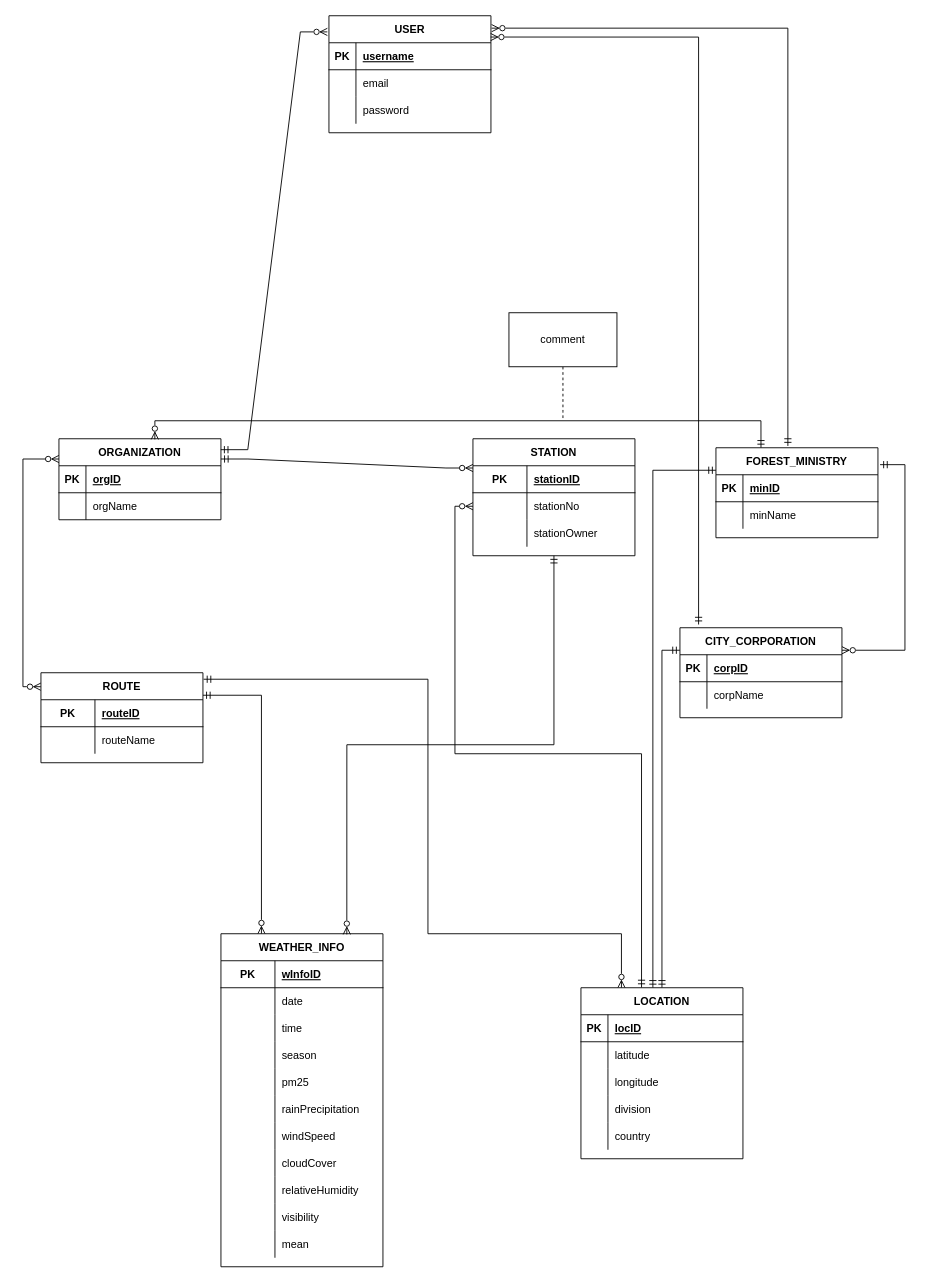
Before: z-design/EERD.drawio in zorojuro75/CSE303-sec-03-Group-03, a draw.io diagram. Source tidied: cells renumbered, new cells numbered last; positions are measured from the earlier drawing's top-left corner, leaving out a move shared by most shapes. Both pictures are drawn from the tidied source at 90%, with x=0, y=0 at pixel (40, 15).
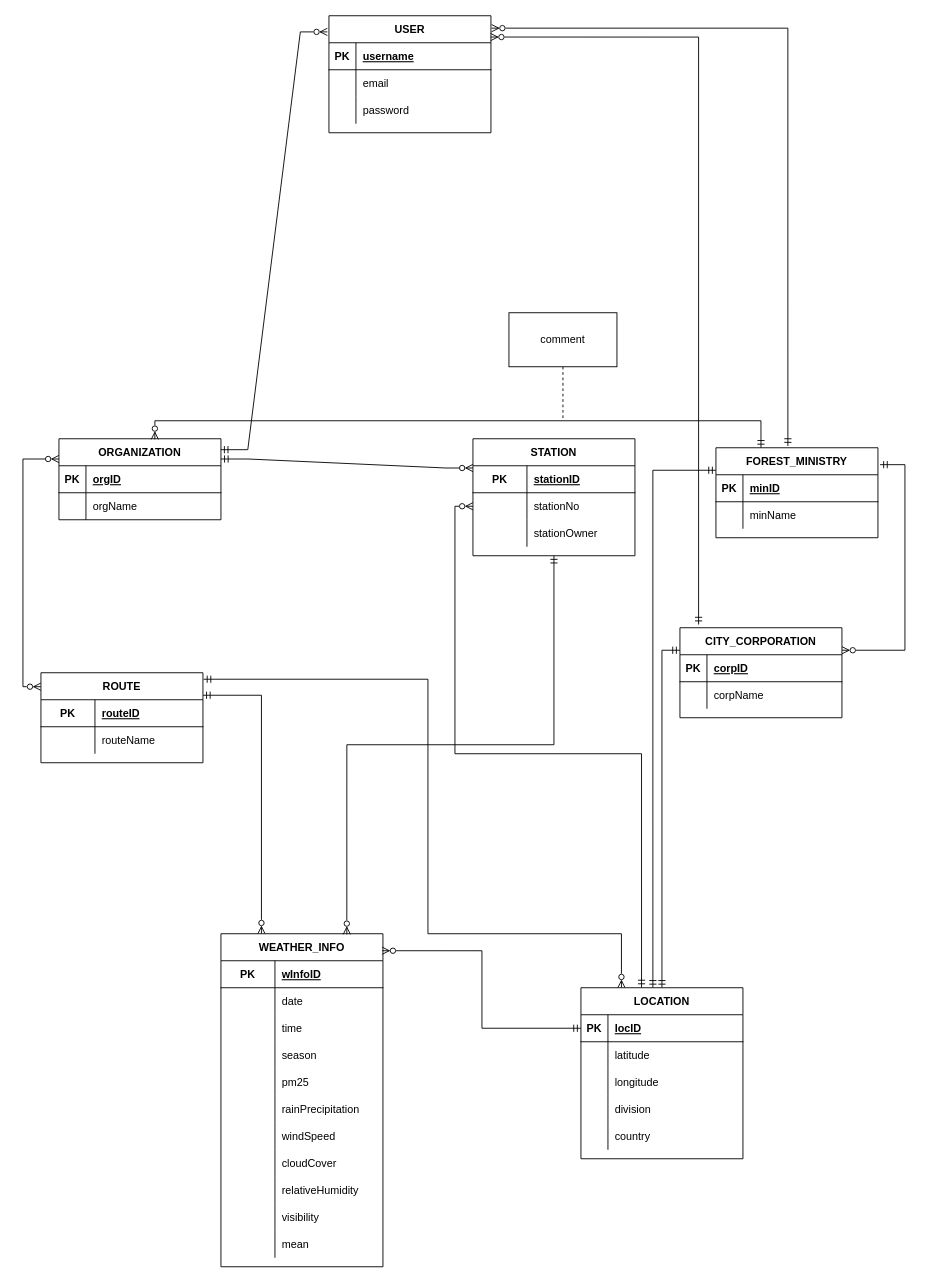
The same page after the edit.

Unchanged cells that the change refers to:
```xml
<mxCell id="58" value="WEATHER_INFO" style="shape=table;startSize=30;childLayout=tableLayout;rowLines=0;fontStyle=1;align=center;" parent="1" vertex="1">
  <mxGeometry x="200" y="1020" width="180" height="370" as="geometry" />
</mxCell>
<mxCell id="94" style="shape=tableRow;horizontal=0;startSize=0;swimlaneHead=0;swimlaneBody=0;fillColor=none;points=[[0,0.5],[1,0.5]];portConstraint=eastwest;top=0;left=0;right=0;bottom=1;" parent="93" vertex="1">
  <mxGeometry y="30" width="180" height="30" as="geometry" />
</mxCell>
```

What changed in the source:
```diff
@@
+    <mxCell id="115" style="edgeStyle=orthogonalEdgeStyle;rounded=0;jettySize=auto;html=1;exitX=0;exitY=0.5;exitDx=0;exitDy=0;entryX=0.995;entryY=0.051;entryDx=0;entryDy=0;entryPerimeter=0;startArrow=ERmandOne;startFill=0;endArrow=ERzeroToMany;endFill=0;" parent="1" edge="1" source="94" target="58">
+      <mxGeometry relative="1" as="geometry" />
+    </mxCell>
```
